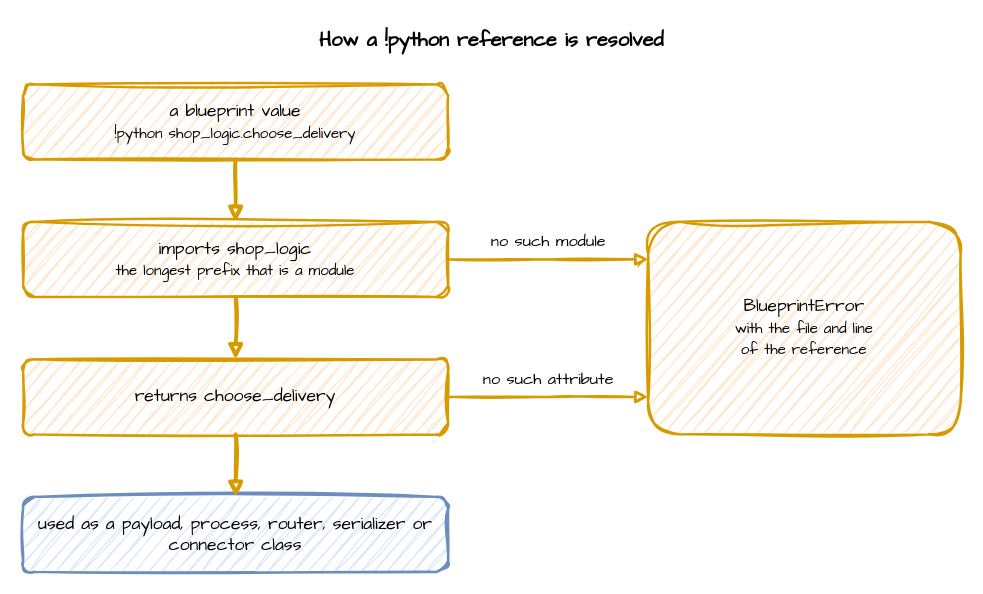
Before: docs/assets/diagrams/python-reference.drawio in jaehyeon-kim/desflow, a draw.io diagram. Source tidied: cells renumbered, new cells numbered last; positions are measured from the earlier drawing's top-left corner, leaving out a move shared by most shapes. Both pictures are drawn from the tidied source at 125%, with x=0, y=0 at pixel (22, 21).
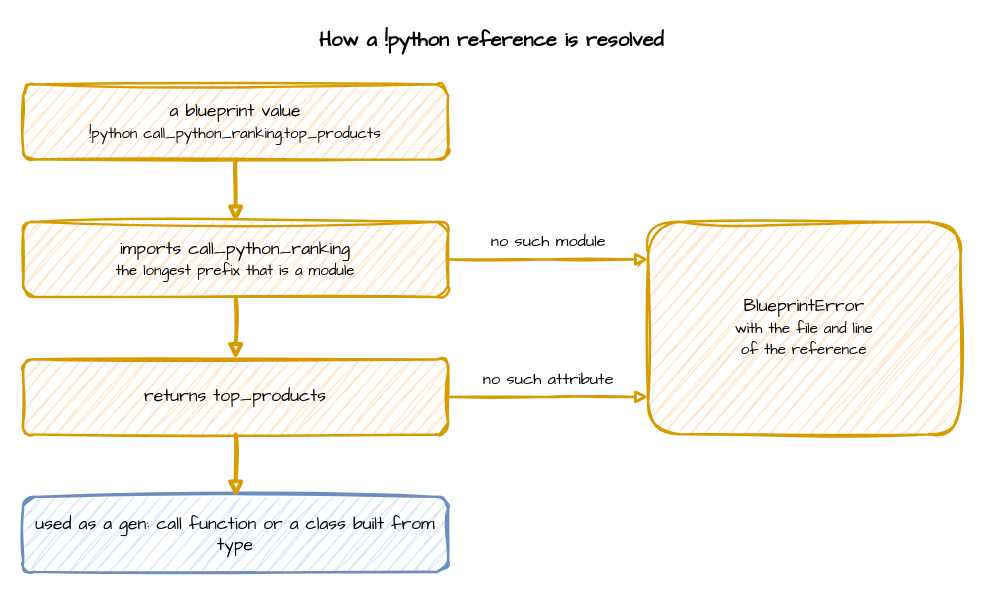
After the change.

The edit, as a diff of the source:
```diff
@@
 <mxGraphModel>
   <root>
     <mxCell id="0" />
     <mxCell id="1" parent="0" />
     <mxCell id="2" value="How a !python reference is resolved" style="text;html=1;align=center;verticalAlign=middle;whiteSpace=wrap;fontFamily=Comic Sans MS;fontSize=16;fontStyle=1;" parent="1" vertex="1">
       <mxGeometry width="750" height="30" as="geometry" />
     </mxCell>
-    <mxCell id="3" value="a blueprint value&lt;br&gt;&lt;font style='font-size:12px'&gt;!python shop_logic.choose_delivery&lt;/font&gt;" style="rounded=1;whiteSpace=wrap;html=1;sketch=1;curveFitting=1;jiggle=2;fontFamily=Comic Sans MS;fontSize=14;fillColor=#ffe6cc;strokeColor=#d79b00;strokeWidth=2;" parent="1" vertex="1">
+    <mxCell id="3" value="a blueprint value&lt;br&gt;&lt;font style='font-size:12px'&gt;!python call_python_ranking.top_products&lt;/font&gt;" style="rounded=1;whiteSpace=wrap;html=1;sketch=1;curveFitting=1;jiggle=2;fontFamily=Comic Sans MS;fontSize=14;fillColor=#ffe6cc;strokeColor=#d79b00;strokeWidth=2;" parent="1" vertex="1">
       <mxGeometry y="50" width="340" height="60" as="geometry" />
     </mxCell>
-    <mxCell id="4" value="imports shop_logic&lt;br&gt;&lt;font style='font-size:12px'&gt;the longest prefix that is a module&lt;/font&gt;" style="rounded=1;whiteSpace=wrap;html=1;sketch=1;curveFitting=1;jiggle=2;fontFamily=Comic Sans MS;fontSize=14;fillColor=#ffe6cc;strokeColor=#d79b00;strokeWidth=2;" parent="1" vertex="1">
+    <mxCell id="4" value="imports call_python_ranking&lt;br&gt;&lt;font style='font-size:12px'&gt;the longest prefix that is a module&lt;/font&gt;" style="rounded=1;whiteSpace=wrap;html=1;sketch=1;curveFitting=1;jiggle=2;fontFamily=Comic Sans MS;fontSize=14;fillColor=#ffe6cc;strokeColor=#d79b00;strokeWidth=2;" parent="1" vertex="1">
       <mxGeometry y="160" width="340" height="60" as="geometry" />
     </mxCell>
-    <mxCell id="5" value="returns choose_delivery" style="rounded=1;whiteSpace=wrap;html=1;sketch=1;curveFitting=1;jiggle=2;fontFamily=Comic Sans MS;fontSize=14;fillColor=#ffe6cc;strokeColor=#d79b00;strokeWidth=2;" parent="1" vertex="1">
+    <mxCell id="5" value="returns top_products" style="rounded=1;whiteSpace=wrap;html=1;sketch=1;curveFitting=1;jiggle=2;fontFamily=Comic Sans MS;fontSize=14;fillColor=#ffe6cc;strokeColor=#d79b00;strokeWidth=2;" parent="1" vertex="1">
       <mxGeometry y="270" width="340" height="60" as="geometry" />
     </mxCell>
     <mxCell id="6" value="BlueprintError&lt;br&gt;&lt;font style='font-size:12px'&gt;with the file and line&lt;br&gt;of the reference&lt;/font&gt;" style="rounded=1;whiteSpace=wrap;html=1;sketch=1;curveFitting=1;jiggle=2;fontFamily=Comic Sans MS;fontSize=14;fillColor=#ffe6cc;strokeColor=#d79b00;strokeWidth=2;" parent="1" vertex="1">
       <mxGeometry x="500" y="160" width="250" height="170" as="geometry" />
     </mxCell>
-    <mxCell id="7" value="used as a payload, process, router, serializer or connector class" style="rounded=1;whiteSpace=wrap;html=1;sketch=1;curveFitting=1;jiggle=2;fontFamily=Comic Sans MS;fontSize=14;fillColor=#dae8fc;strokeColor=#6c8ebf;strokeWidth=2;" parent="1" vertex="1">
+    <mxCell id="7" value="used as a gen: call function or a class built from type" style="rounded=1;whiteSpace=wrap;html=1;sketch=1;curveFitting=1;jiggle=2;fontFamily=Comic Sans MS;fontSize=14;fillColor=#dae8fc;strokeColor=#6c8ebf;strokeWidth=2;" parent="1" vertex="1">
       <mxGeometry y="380" width="340" height="60" as="geometry" />
     </mxCell>
     <mxCell id="8" style="edgeStyle=orthogonalEdgeStyle;rounded=0;sketch=1;html=1;strokeWidth=3;endArrow=block;strokeColor=#d79b00;fontFamily=Comic Sans MS;fontSize=13;labelBackgroundColor=#ffffff;exitX=0.5;exitY=1;exitDx=0;exitDy=0;entryX=0.5;entryY=0;entryDx=0;entryDy=0;" parent="1" edge="1" source="3" target="4">
       <mxGeometry relative="1" as="geometry" />
     </mxCell>
     <mxCell id="9" style="edgeStyle=orthogonalEdgeStyle;rounded=0;sketch=1;html=1;strokeWidth=3;endArrow=block;strokeColor=#d79b00;fontFamily=Comic Sans MS;fontSize=13;labelBackgroundColor=#ffffff;exitX=0.5;exitY=1;exitDx=0;exitDy=0;entryX=0.5;entryY=0;entryDx=0;entryDy=0;" parent="1" edge="1" source="4" target="5">
       <mxGeometry relative="1" as="geometry" />
     </mxCell>
     <mxCell id="10" style="edgeStyle=orthogonalEdgeStyle;rounded=0;sketch=1;html=1;strokeWidth=3;endArrow=block;strokeColor=#d79b00;fontFamily=Comic Sans MS;fontSize=13;labelBackgroundColor=#ffffff;exitX=0.5;exitY=1;exitDx=0;exitDy=0;entryX=0.5;entryY=0;entryDx=0;entryDy=0;" parent="1" edge="1" source="5" target="7">
       <mxGeometry relative="1" as="geometry" />
     </mxCell>
     <mxCell id="11" value="no such module" style="edgeStyle=orthogonalEdgeStyle;rounded=0;sketch=1;html=1;strokeWidth=2;endArrow=block;strokeColor=#d79b00;fontFamily=Comic Sans MS;fontSize=13;labelBackgroundColor=#ffffff;exitX=1;exitY=0.5;exitDx=0;exitDy=0;entryX=0;entryY=0.176;entryDx=0;entryDy=0;" parent="1" edge="1" source="4" target="6">
       <mxGeometry relative="1" as="geometry">
         <mxPoint y="-14" as="offset" />
       </mxGeometry>
     </mxCell>
     <mxCell id="12" value="no such attribute" style="edgeStyle=orthogonalEdgeStyle;rounded=0;sketch=1;html=1;strokeWidth=2;endArrow=block;strokeColor=#d79b00;fontFamily=Comic Sans MS;fontSize=13;labelBackgroundColor=#ffffff;exitX=1;exitY=0.5;exitDx=0;exitDy=0;entryX=0;entryY=0.824;entryDx=0;entryDy=0;" parent="1" edge="1" source="5" target="6">
       <mxGeometry relative="1" as="geometry">
         <mxPoint y="-14" as="offset" />
       </mxGeometry>
     </mxCell>
   </root>
 </mxGraphModel>
```
